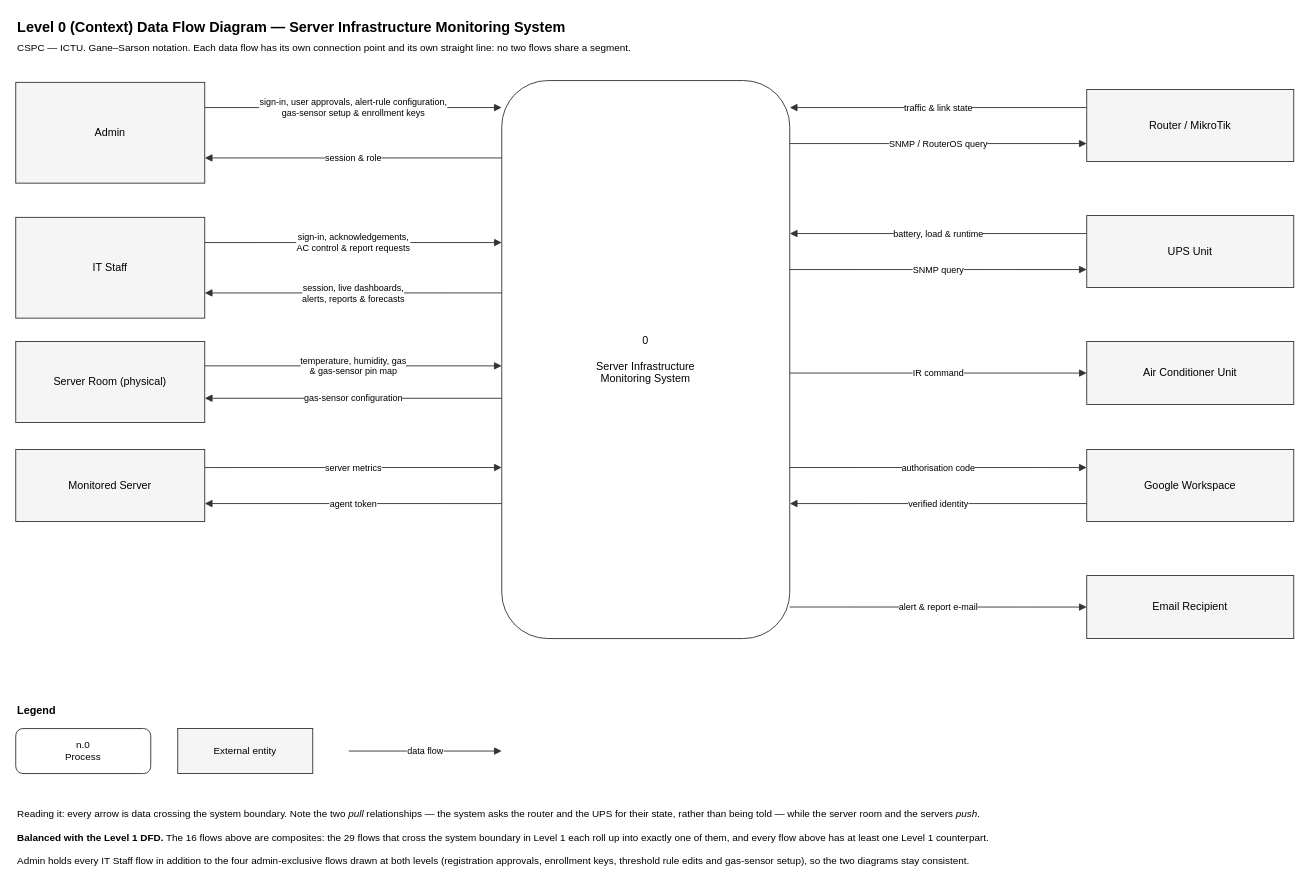
Above: docs/dfd/dfd-level0-clean.drawio in markgregoriooo/server_monitoring_system (draw.io), before the change. Source tidied: cells renumbered, new cells numbered last; positions are measured from the earlier drawing's top-left corner, leaving out a move shared by most shapes. Both pictures are drawn from the tidied source at 90%, with x=0, y=0 at pixel (15, 15).
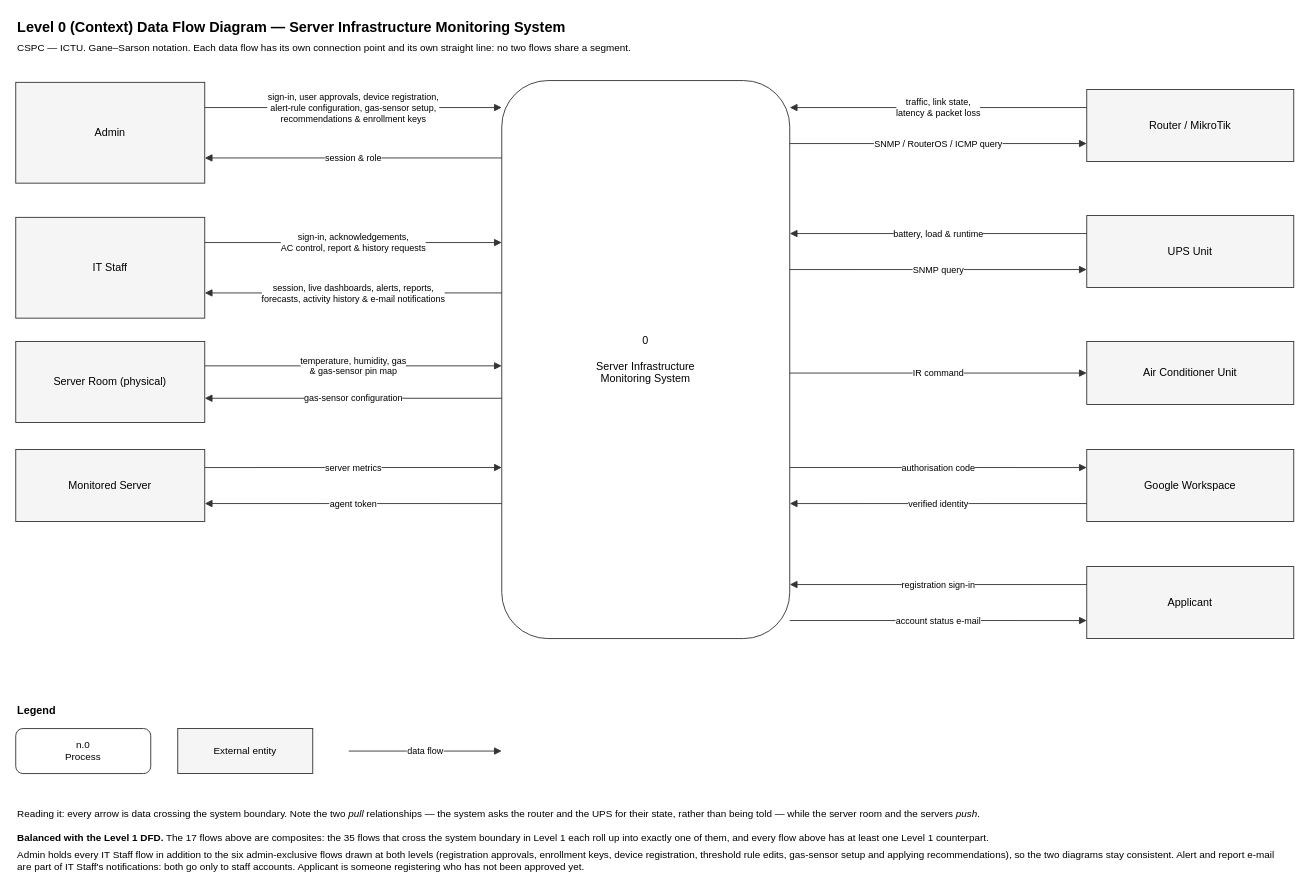
Above is the later version.

Commit message (it also covers changes not shown here):
update the dfds: applicant, device registration, activity history

Email Recipient is folded into IT Staff (alert and report e-mail only reach staff)
and an Applicant entity carries registration and the account-status e-mail. Level 1
adds device registration at 2.0, 6.0 reading alerts and rules, a new 7.0 View
Activity History reading system_logs, and ICMP on the router query. Both levels stay
balanced: 17 composite flows, 35 boundary flows.

The change refers to these unchanged cells:
```xml
<mxCell id="4" value="0&lt;br&gt;&lt;br&gt;Server Infrastructure&lt;br&gt;Monitoring System" style="rounded=1;whiteSpace=wrap;html=1;arcSize=16;fillColor=#FFFFFF;strokeColor=#333333;fontSize=12;" parent="1" vertex="1">
  <mxGeometry x="540" y="72" width="320" height="620" as="geometry" />
</mxCell>
<mxCell id="5" value="Admin" style="rounded=0;whiteSpace=wrap;html=1;fillColor=#F5F5F5;strokeColor=#333333;fontSize=12;" parent="1" vertex="1">
  <mxGeometry y="74" width="210" height="112" as="geometry" />
</mxCell>
<mxCell id="6" value="IT Staff" style="rounded=0;whiteSpace=wrap;html=1;fillColor=#F5F5F5;strokeColor=#333333;fontSize=12;" parent="1" vertex="1">
  <mxGeometry y="224" width="210" height="112" as="geometry" />
</mxCell>
<mxCell id="9" value="Router / MikroTik" style="rounded=0;whiteSpace=wrap;html=1;fillColor=#F5F5F5;strokeColor=#333333;fontSize=12;" parent="1" vertex="1">
  <mxGeometry x="1190" y="82" width="230" height="80" as="geometry" />
</mxCell>
```

Diff of the diagram source:
```diff
@@
-    <mxCell id="13" value="Email Recipient" style="rounded=0;whiteSpace=wrap;html=1;fillColor=#F5F5F5;strokeColor=#333333;fontSize=12;" parent="1" vertex="1">
-      <mxGeometry x="1190" y="622" width="230" height="70" as="geometry" />
-    </mxCell>
+    <mxCell id="37" value="Applicant" style="rounded=0;whiteSpace=wrap;html=1;fillColor=#F5F5F5;strokeColor=#333333;fontSize=12;" parent="1" vertex="1">
+      <mxGeometry x="1190" y="612" width="230" height="80" as="geometry" />
+    </mxCell>
-    <mxCell id="14" value="sign-in, user approvals, alert-rule configuration,&lt;br&gt;gas-sensor setup &amp;amp; enrollment keys" style="edgeStyle=orthogonalEdgeStyle;rounded=0;html=1;jumpStyle=arc;fontSize=10;strokeColor=#333333;endArrow=block;endFill=1;labelBackgroundColor=#FFFFFF;exitX=1;exitY=0.25;exitDx=0;exitDy=0;entryX=0;entryY=0.0484;entryDx=0;entryDy=0;" parent="1" edge="1" source="5" target="4">
+    <mxCell id="14" value="sign-in, user approvals, device registration,&lt;br&gt;alert-rule configuration, gas-sensor setup,&lt;br&gt;recommendations &amp;amp; enrollment keys" style="edgeStyle=orthogonalEdgeStyle;rounded=0;html=1;jumpStyle=arc;fontSize=10;strokeColor=#333333;endArrow=block;endFill=1;labelBackgroundColor=#FFFFFF;exitX=1;exitY=0.25;exitDx=0;exitDy=0;entryX=0;entryY=0.0484;entryDx=0;entryDy=0;" parent="1" edge="1" source="5" target="4">
       <mxGeometry relative="1" as="geometry" />
     </mxCell>
@@
-    <mxCell id="16" value="sign-in, acknowledgements,&lt;br&gt;AC control &amp;amp; report requests" style="edgeStyle=orthogonalEdgeStyle;rounded=0;html=1;jumpStyle=arc;fontSize=10;strokeColor=#333333;endArrow=block;endFill=1;labelBackgroundColor=#FFFFFF;exitX=1;exitY=0.25;exitDx=0;exitDy=0;entryX=0;entryY=0.2903;entryDx=0;entryDy=0;" parent="1" edge="1" source="6" target="4">
+    <mxCell id="16" value="sign-in, acknowledgements,&lt;br&gt;AC control, report &amp;amp; history requests" style="edgeStyle=orthogonalEdgeStyle;rounded=0;html=1;jumpStyle=arc;fontSize=10;strokeColor=#333333;endArrow=block;endFill=1;labelBackgroundColor=#FFFFFF;exitX=1;exitY=0.25;exitDx=0;exitDy=0;entryX=0;entryY=0.2903;entryDx=0;entryDy=0;" parent="1" edge="1" source="6" target="4">
       <mxGeometry relative="1" as="geometry" />
     </mxCell>
-    <mxCell id="17" value="session, live dashboards,&lt;br&gt;alerts, reports &amp;amp; forecasts" style="edgeStyle=orthogonalEdgeStyle;rounded=0;html=1;jumpStyle=arc;fontSize=10;strokeColor=#333333;endArrow=block;endFill=1;labelBackgroundColor=#FFFFFF;exitX=0;exitY=0.3806;exitDx=0;exitDy=0;entryX=1;entryY=0.75;entryDx=0;entryDy=0;" parent="1" edge="1" source="4" target="6">
+    <mxCell id="17" value="session, live dashboards, alerts, reports,&lt;br&gt;forecasts, activity history &amp;amp; e-mail notifications" style="edgeStyle=orthogonalEdgeStyle;rounded=0;html=1;jumpStyle=arc;fontSize=10;strokeColor=#333333;endArrow=block;endFill=1;labelBackgroundColor=#FFFFFF;exitX=0;exitY=0.3806;exitDx=0;exitDy=0;entryX=1;entryY=0.75;entryDx=0;entryDy=0;" parent="1" edge="1" source="4" target="6">
       <mxGeometry relative="1" as="geometry" />
     </mxCell>
@@
-    <mxCell id="22" value="traffic &amp;amp; link state" style="edgeStyle=orthogonalEdgeStyle;rounded=0;html=1;jumpStyle=arc;fontSize=10;strokeColor=#333333;endArrow=block;endFill=1;labelBackgroundColor=#FFFFFF;exitX=0;exitY=0.25;exitDx=0;exitDy=0;entryX=1;entryY=0.0484;entryDx=0;entryDy=0;" parent="1" edge="1" source="9" target="4">
+    <mxCell id="22" value="traffic, link state,&lt;br&gt;latency &amp;amp; packet loss" style="edgeStyle=orthogonalEdgeStyle;rounded=0;html=1;jumpStyle=arc;fontSize=10;strokeColor=#333333;endArrow=block;endFill=1;labelBackgroundColor=#FFFFFF;exitX=0;exitY=0.25;exitDx=0;exitDy=0;entryX=1;entryY=0.0484;entryDx=0;entryDy=0;" parent="1" edge="1" source="9" target="4">
       <mxGeometry relative="1" as="geometry" />
     </mxCell>
-    <mxCell id="23" value="SNMP / RouterOS query" style="edgeStyle=orthogonalEdgeStyle;rounded=0;html=1;jumpStyle=arc;fontSize=10;strokeColor=#333333;endArrow=block;endFill=1;labelBackgroundColor=#FFFFFF;exitX=1;exitY=0.1129;exitDx=0;exitDy=0;entryX=0;entryY=0.75;entryDx=0;entryDy=0;" parent="1" edge="1" source="4" target="9">
+    <mxCell id="23" value="SNMP / RouterOS / ICMP query" style="edgeStyle=orthogonalEdgeStyle;rounded=0;html=1;jumpStyle=arc;fontSize=10;strokeColor=#333333;endArrow=block;endFill=1;labelBackgroundColor=#FFFFFF;exitX=1;exitY=0.1129;exitDx=0;exitDy=0;entryX=0;entryY=0.75;entryDx=0;entryDy=0;" parent="1" edge="1" source="4" target="9">
       <mxGeometry relative="1" as="geometry" />
     </mxCell>
@@
-    <mxCell id="29" value="alert &amp;amp; report e-mail" style="edgeStyle=orthogonalEdgeStyle;rounded=0;html=1;jumpStyle=arc;fontSize=10;strokeColor=#333333;endArrow=block;endFill=1;labelBackgroundColor=#FFFFFF;exitX=1;exitY=0.9435;exitDx=0;exitDy=0;entryX=0;entryY=0.5;entryDx=0;entryDy=0;" parent="1" edge="1" source="4" target="13">
+    <mxCell id="29" value="account status e-mail" style="edgeStyle=orthogonalEdgeStyle;rounded=0;html=1;jumpStyle=arc;fontSize=10;strokeColor=#333333;endArrow=block;endFill=1;labelBackgroundColor=#FFFFFF;exitX=1;exitY=0.9677;exitDx=0;exitDy=0;entryX=0;entryY=0.75;entryDx=0;entryDy=0;" parent="1" edge="1" source="4" target="37">
       <mxGeometry relative="1" as="geometry" />
     </mxCell>
+    <mxCell id="38" value="registration sign-in" style="edgeStyle=orthogonalEdgeStyle;rounded=0;html=1;jumpStyle=arc;fontSize=10;strokeColor=#333333;endArrow=block;endFill=1;labelBackgroundColor=#FFFFFF;exitX=0;exitY=0.25;exitDx=0;exitDy=0;entryX=1;entryY=0.9032;entryDx=0;entryDy=0;" parent="1" edge="1" source="37" target="4">
+      <mxGeometry relative="1" as="geometry" />
+    </mxCell>
@@
-    <mxCell id="35" value="&lt;b&gt;Balanced with the Level 1 DFD.&lt;/b&gt; The 16 flows above are composites: the 29 flows that cross the system boundary in Level 1 each roll up into exactly one of them, and every flow above has at least one Level 1 counterpart." style="text;html=1;strokeColor=none;fillColor=none;align=left;verticalAlign=middle;whiteSpace=wrap;fontSize=11;" parent="1" vertex="1">
+    <mxCell id="35" value="&lt;b&gt;Balanced with the Level 1 DFD.&lt;/b&gt; The 17 flows above are composites: the 35 flows that cross the system boundary in Level 1 each roll up into exactly one of them, and every flow above has at least one Level 1 counterpart." style="text;html=1;strokeColor=none;fillColor=none;align=left;verticalAlign=middle;whiteSpace=wrap;fontSize=11;" parent="1" vertex="1">
       <mxGeometry y="903" width="1400" height="20" as="geometry" />
     </mxCell>
-    <mxCell id="36" value="Admin holds every IT Staff flow in addition to the four admin-exclusive flows drawn at both levels (registration approvals, enrollment keys, threshold rule edits and gas-sensor setup), so the two diagrams stay consistent." style="text;html=1;strokeColor=none;fillColor=none;align=left;verticalAlign=middle;whiteSpace=wrap;fontSize=11;" parent="1" vertex="1">
+    <mxCell id="36" value="Admin holds every IT Staff flow in addition to the six admin-exclusive flows drawn at both levels (registration approvals, enrollment keys, device registration, threshold rule edits, gas-sensor setup and applying recommendations), so the two diagrams stay consistent. Alert and report e-mail are part of IT Staff's notifications: both go only to staff accounts. Applicant is someone registering who has not been approved yet." style="text;html=1;strokeColor=none;fillColor=none;align=left;verticalAlign=middle;whiteSpace=wrap;fontSize=11;" parent="1" vertex="1">
       <mxGeometry y="929" width="1400" height="20" as="geometry" />
     </mxCell>
```
